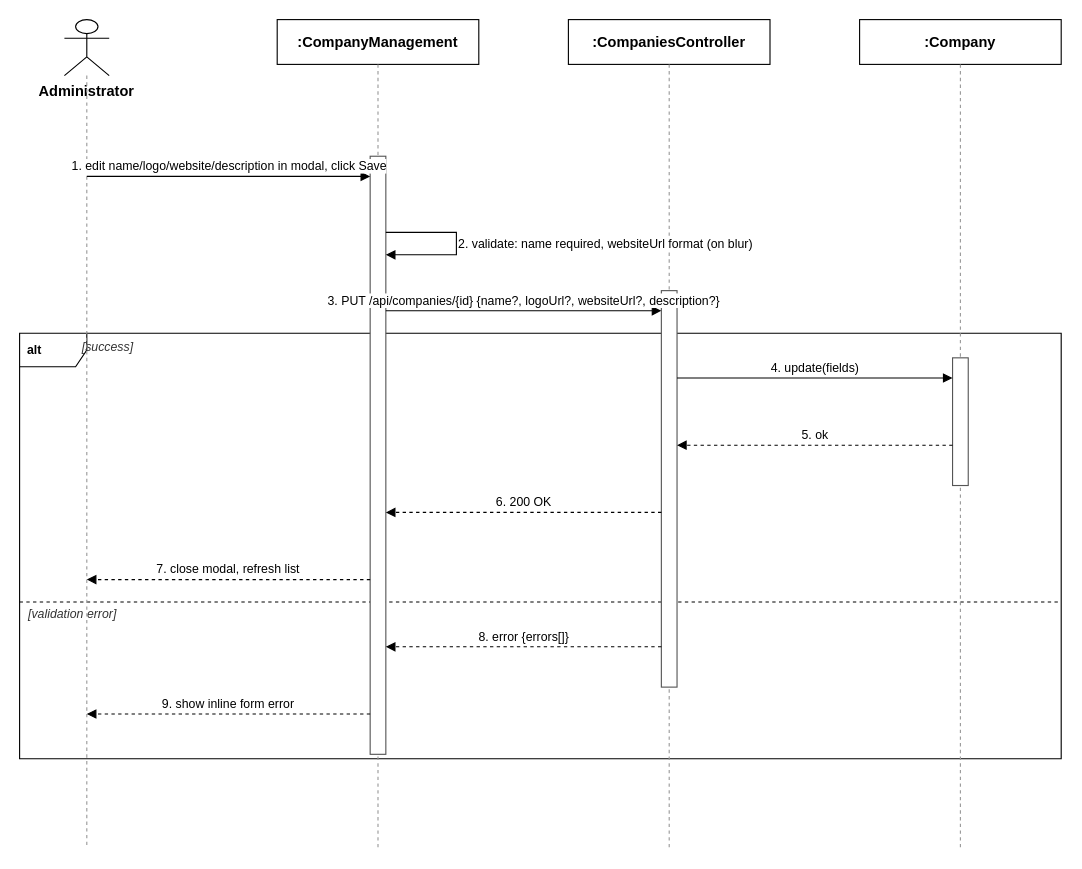
Earlier version of the draw.io diagram docs/qa/Hien_SequenceDiagram/3.4.3_Update_Company_Information.drawio (tulklk/AI_Interview_Question_Generation_RAG_LLM_FE). Source tidied: cells renumbered, new cells numbered last; positions are measured from the earlier drawing's top-left corner, leaving out a move shared by most shapes. Both pictures are drawn from the tidied source at 112%, with x=0, y=0 at pixel (19, 19).
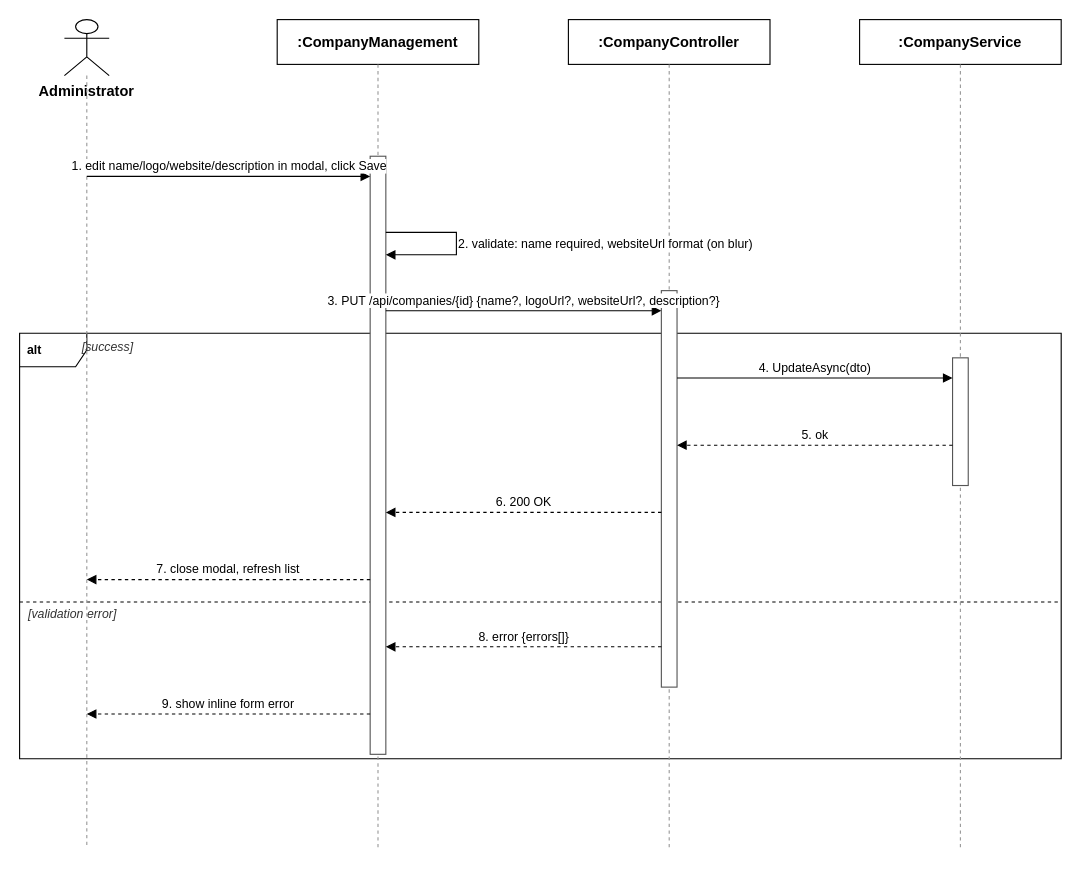
After the change.

Commit message (it also covers changes not shown here):
docs(qa): correct Profile, Admin User, and Company Management diagrams against real BE

Change to the diagram source:
```diff
@@
-    <mxCell id="10" value=":CompaniesController" style="rounded=0;whiteSpace=wrap;html=1;fontSize=13;fillColor=#ffffff;strokeColor=#000000;fontStyle=1;" parent="1" vertex="1">
+    <mxCell id="10" value=":CompanyController" style="rounded=0;whiteSpace=wrap;html=1;fontSize=13;fillColor=#ffffff;strokeColor=#000000;fontStyle=1;" parent="1" vertex="1">
       <mxGeometry x="490" width="180" height="40" as="geometry" />
     </mxCell>
@@
-    <mxCell id="12" value=":Company" style="rounded=0;whiteSpace=wrap;html=1;fontSize=13;fillColor=#ffffff;strokeColor=#000000;fontStyle=1;" parent="1" vertex="1">
+    <mxCell id="12" value=":CompanyService" style="rounded=0;whiteSpace=wrap;html=1;fontSize=13;fillColor=#ffffff;strokeColor=#000000;fontStyle=1;" parent="1" vertex="1">
       <mxGeometry x="750" width="180" height="40" as="geometry" />
     </mxCell>
@@
-    <mxCell id="20" value="4. update(fields)" style="endArrow=block;endFill=1;html=1;fontSize=11;align=center;verticalAlign=bottom;labelBackgroundColor=#ffffff;strokeColor=#000000;" parent="1" edge="1">
+    <mxCell id="20" value="4. UpdateAsync(dto)" style="endArrow=block;endFill=1;html=1;fontSize=11;align=center;verticalAlign=bottom;labelBackgroundColor=#ffffff;strokeColor=#000000;" parent="1" edge="1">
       <mxGeometry relative="1" as="geometry">
         <mxPoint x="587" y="320" as="sourcePoint" />
         <mxPoint x="833" y="320" as="targetPoint" />
       </mxGeometry>
     </mxCell>
```
